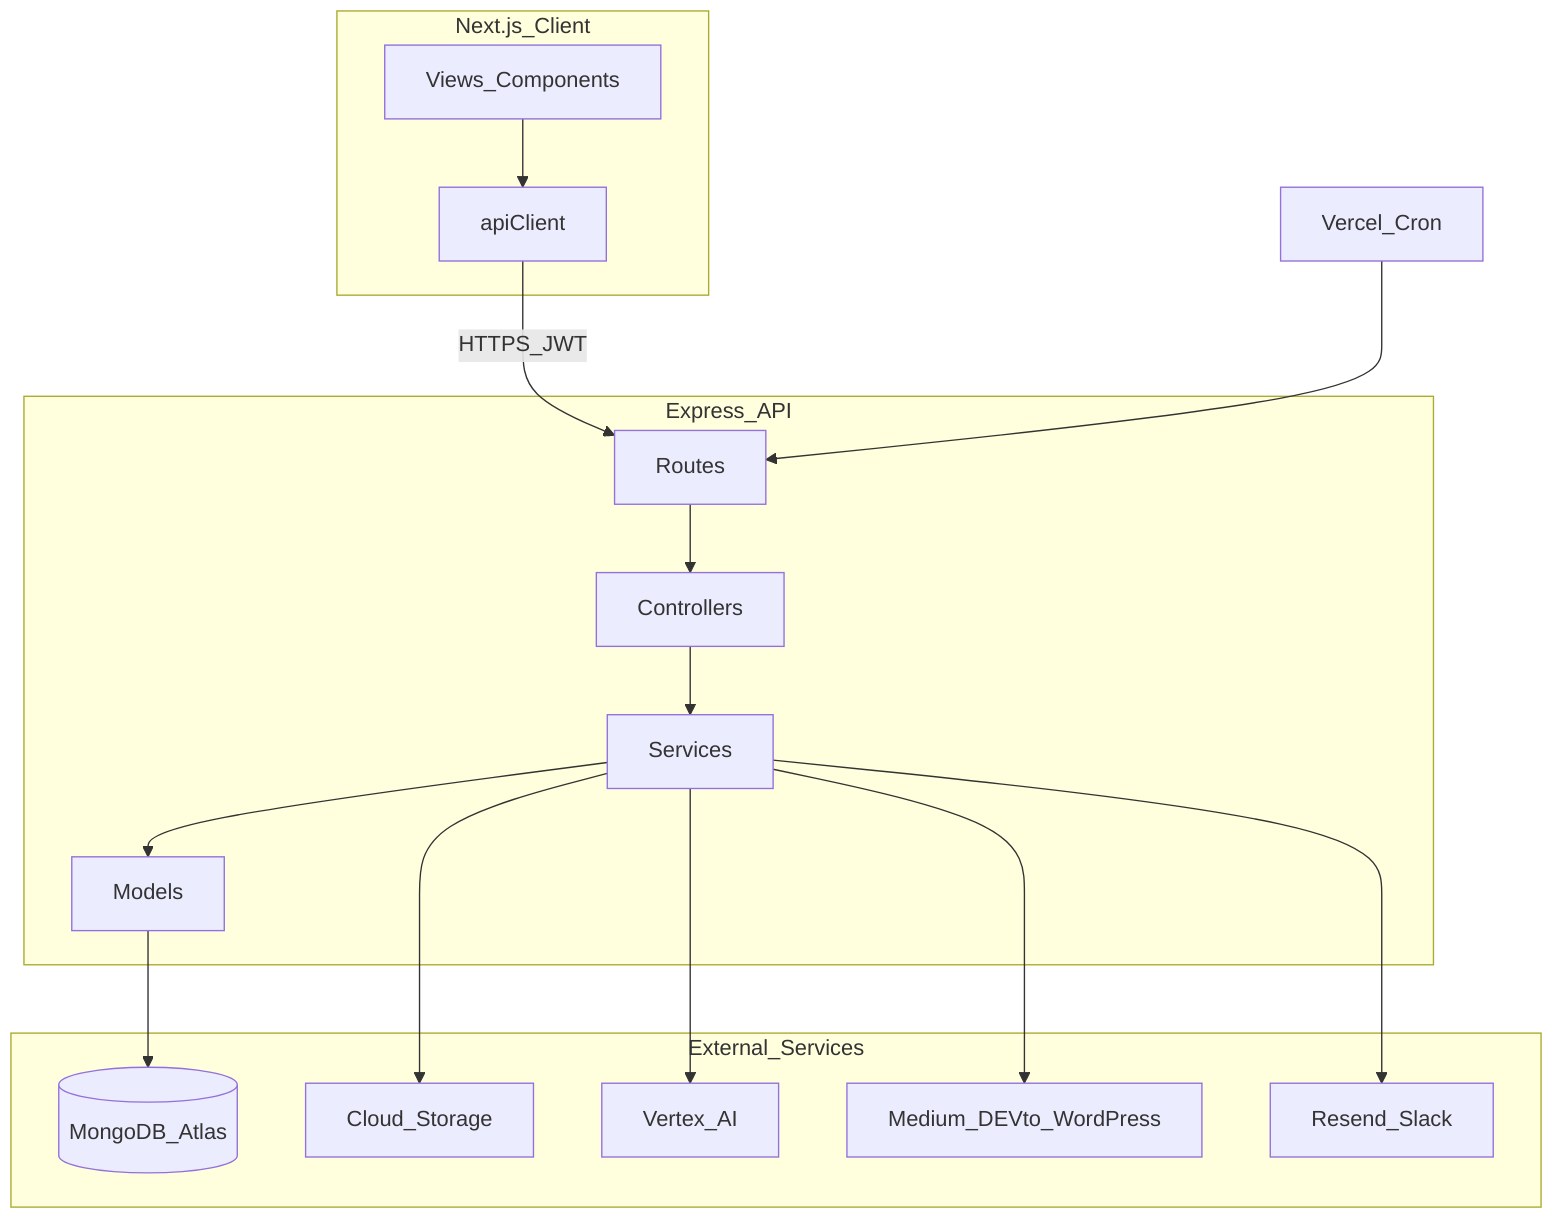
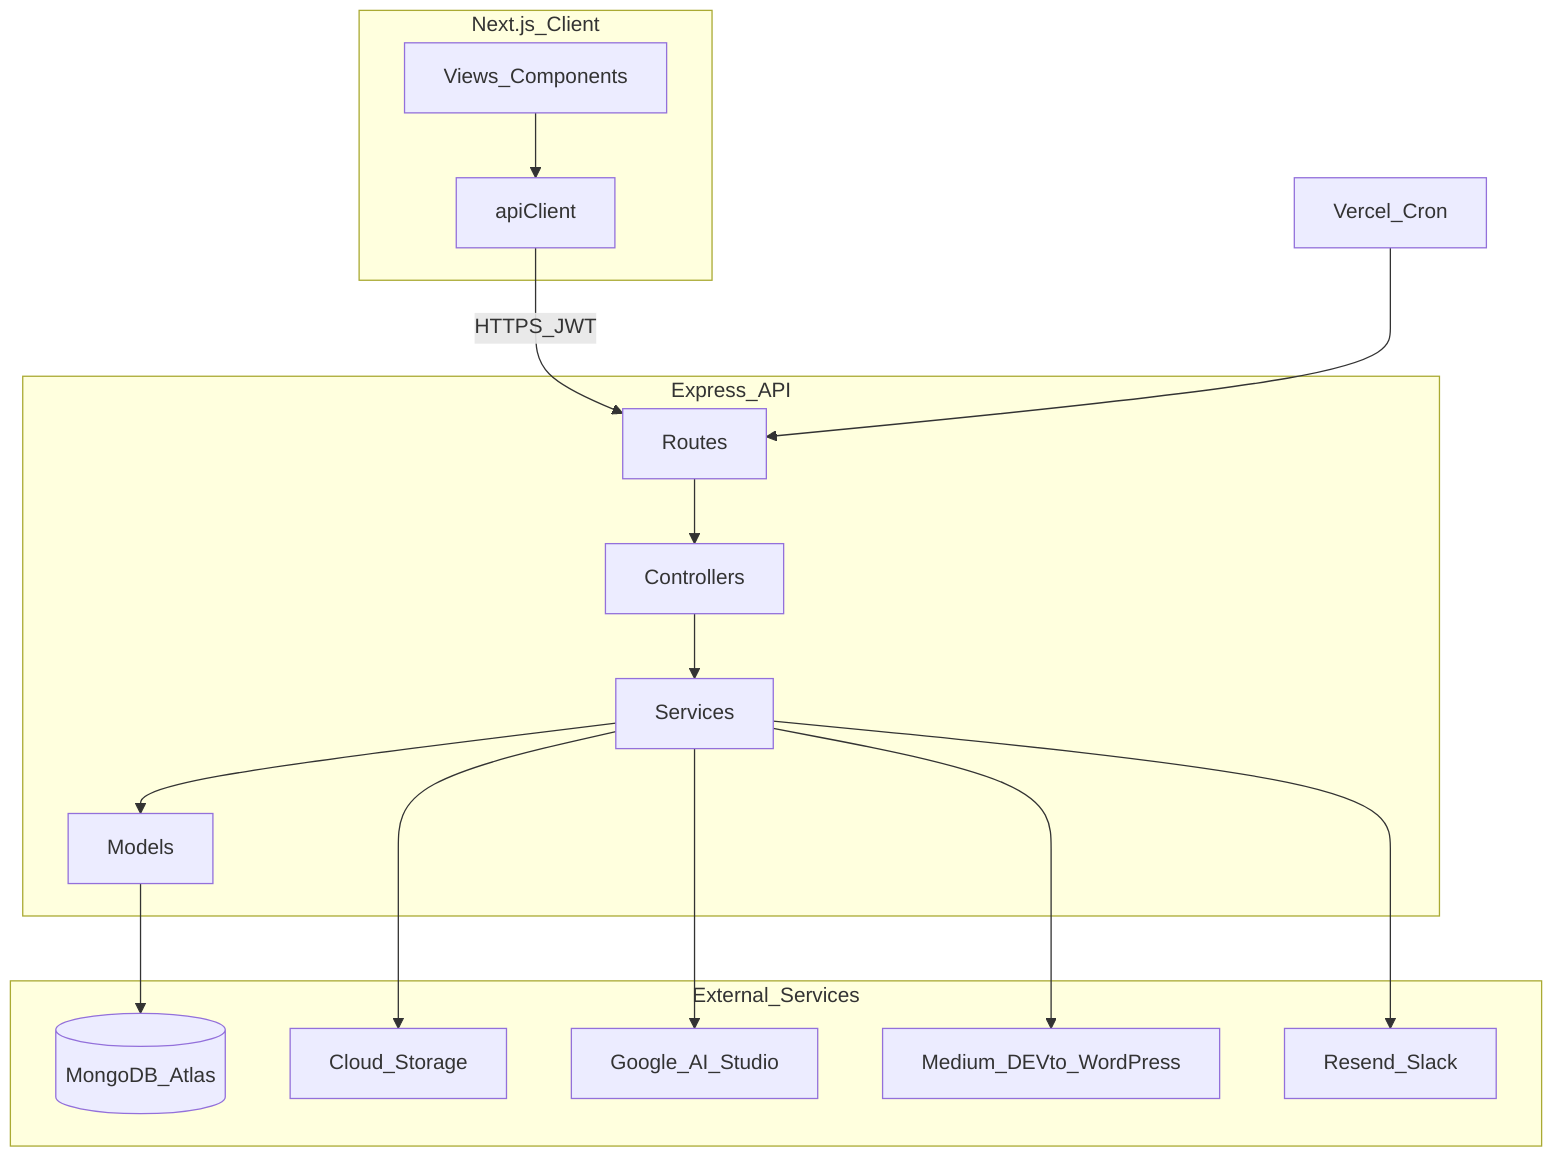
flowchart TB
  subgraph client [Next.js_Client]
    UI[Views_Components]
    API[apiClient]
    UI --> API
  end
  subgraph server [Express_API]
    Routes --> Controllers --> Services --> Models
  end
  subgraph external [External_Services]
    MongoDB[(MongoDB_Atlas)]
    GCS[Cloud_Storage]
-     Vertex[Vertex_AI]
+     Studio[Google_AI_Studio]
    Platforms[Medium_DEVto_WordPress]
    Notify[Resend_Slack]
  end
  API -->|HTTPS_JWT| Routes
  Models --> MongoDB
  Services --> GCS
-   Services --> Vertex
+   Services --> Studio
  Services --> Platforms
  Services --> Notify
  Cron[Vercel_Cron] --> Routes
